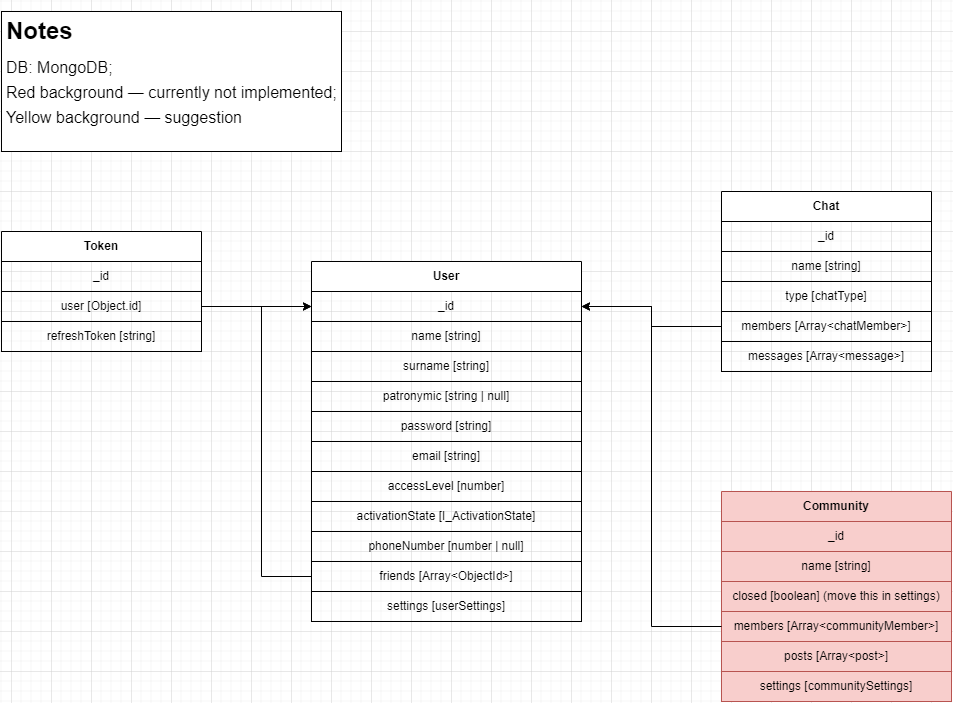
Earlier version of the draw.io export DB_Scheme.png (StepanAnanin/TalkNet). Source tidied: cells renumbered, new cells last; positions are measured from the earlier drawing's top-left corner, leaving out a move shared by most shapes. Source of this version:
```xml
<mxGraphModel background="#FFFFFF">
  <root>
    <mxCell id="0" />
    <mxCell id="1" parent="0" />
    <mxCell id="2" value="Token" style="swimlane;whiteSpace=wrap;html=1;startSize=30;" parent="1" vertex="1">
      <mxGeometry y="220" width="200" height="120" as="geometry" />
    </mxCell>
    <mxCell id="3" value="_id" style="text;html=1;align=center;verticalAlign=middle;whiteSpace=wrap;rounded=0;strokeColor=default;" parent="2" vertex="1">
      <mxGeometry y="30" width="200" height="30" as="geometry" />
    </mxCell>
    <mxCell id="4" value="user [Object.id]" style="text;html=1;align=center;verticalAlign=middle;whiteSpace=wrap;rounded=0;strokeColor=default;" parent="2" vertex="1">
      <mxGeometry y="60" width="200" height="30" as="geometry" />
    </mxCell>
    <mxCell id="5" value="refreshToken [string]" style="text;html=1;align=center;verticalAlign=middle;whiteSpace=wrap;rounded=0;strokeColor=default;" parent="2" vertex="1">
      <mxGeometry y="90" width="200" height="30" as="geometry" />
    </mxCell>
    <mxCell id="6" value="User" style="swimlane;whiteSpace=wrap;html=1;startSize=30;" parent="1" vertex="1">
      <mxGeometry x="310" y="250" width="270" height="360" as="geometry" />
    </mxCell>
    <mxCell id="7" value="_id" style="text;html=1;strokeColor=default;fillColor=none;align=center;verticalAlign=middle;whiteSpace=wrap;rounded=0;" parent="6" vertex="1">
      <mxGeometry y="30" width="270" height="30" as="geometry" />
    </mxCell>
    <mxCell id="8" value="password&amp;nbsp;[string]" style="text;html=1;align=center;verticalAlign=middle;whiteSpace=wrap;rounded=0;strokeColor=default;" parent="6" vertex="1">
      <mxGeometry y="150" width="270" height="30" as="geometry" />
    </mxCell>
    <mxCell id="9" value="accessLevel&amp;nbsp;[number]" style="text;html=1;align=center;verticalAlign=middle;whiteSpace=wrap;rounded=0;strokeColor=default;" parent="6" vertex="1">
      <mxGeometry y="210" width="270" height="30" as="geometry" />
    </mxCell>
    <mxCell id="10" value="activationState [I_ActivationState]" style="text;html=1;align=center;verticalAlign=middle;whiteSpace=wrap;rounded=0;strokeColor=default;" parent="6" vertex="1">
      <mxGeometry y="240" width="270" height="30" as="geometry" />
    </mxCell>
    <mxCell id="11" style="edgeStyle=orthogonalEdgeStyle;rounded=0;jettySize=auto;html=1;entryX=0;entryY=0.5;entryDx=0;entryDy=0;" parent="6" edge="1" source="12" target="7">
      <mxGeometry relative="1" as="geometry">
        <Array as="points">
          <mxPoint x="-50" y="315" />
          <mxPoint x="-50" y="45" />
        </Array>
      </mxGeometry>
    </mxCell>
    <mxCell id="12" value="friends [Array&amp;lt;ObjectId&amp;gt;]" style="text;html=1;align=center;verticalAlign=middle;whiteSpace=wrap;rounded=0;strokeColor=default;" parent="6" vertex="1">
      <mxGeometry y="300" width="270" height="30" as="geometry" />
    </mxCell>
    <mxCell id="13" value="name [string]" style="text;html=1;align=center;verticalAlign=middle;whiteSpace=wrap;rounded=0;strokeColor=default;" parent="6" vertex="1">
      <mxGeometry y="60" width="270" height="30" as="geometry" />
    </mxCell>
    <mxCell id="14" value="email [string]" style="text;html=1;align=center;verticalAlign=middle;whiteSpace=wrap;rounded=0;strokeColor=default;" parent="6" vertex="1">
      <mxGeometry y="180" width="270" height="30" as="geometry" />
    </mxCell>
    <mxCell id="15" value="phoneNumber [number | null]" style="text;html=1;align=center;verticalAlign=middle;whiteSpace=wrap;rounded=0;strokeColor=default;" parent="6" vertex="1">
      <mxGeometry y="270" width="270" height="30" as="geometry" />
    </mxCell>
    <mxCell id="16" value="surname [string]" style="text;html=1;align=center;verticalAlign=middle;whiteSpace=wrap;rounded=0;strokeColor=default;" parent="6" vertex="1">
      <mxGeometry y="90" width="270" height="30" as="geometry" />
    </mxCell>
    <mxCell id="17" value="patronymic [string | null]" style="text;html=1;align=center;verticalAlign=middle;whiteSpace=wrap;rounded=0;strokeColor=default;" parent="6" vertex="1">
      <mxGeometry y="120" width="270" height="30" as="geometry" />
    </mxCell>
    <mxCell id="18" value="settings [userSettings]" style="text;html=1;align=center;verticalAlign=middle;whiteSpace=wrap;rounded=0;strokeColor=default;" parent="6" vertex="1">
      <mxGeometry y="330" width="270" height="30" as="geometry" />
    </mxCell>
    <mxCell id="19" value="Chat" style="swimlane;whiteSpace=wrap;html=1;startSize=30;" parent="1" vertex="1">
      <mxGeometry x="720" y="180" width="210" height="180" as="geometry" />
    </mxCell>
    <mxCell id="20" value="_id" style="text;html=1;align=center;verticalAlign=middle;whiteSpace=wrap;rounded=0;strokeColor=default;" parent="19" vertex="1">
      <mxGeometry y="30" width="210" height="30" as="geometry" />
    </mxCell>
    <mxCell id="21" value="members [Array&amp;lt;chatMember&amp;gt;]" style="text;html=1;align=center;verticalAlign=middle;whiteSpace=wrap;rounded=0;strokeColor=default;" parent="19" vertex="1">
      <mxGeometry y="120" width="210" height="30" as="geometry" />
    </mxCell>
    <mxCell id="22" value="messages [Array&amp;lt;message&amp;gt;]" style="text;html=1;align=center;verticalAlign=middle;whiteSpace=wrap;rounded=0;strokeColor=default;" parent="19" vertex="1">
      <mxGeometry y="150" width="210" height="30" as="geometry" />
    </mxCell>
    <mxCell id="23" value="type [chatType]" style="text;html=1;align=center;verticalAlign=middle;whiteSpace=wrap;rounded=0;strokeColor=default;" parent="19" vertex="1">
      <mxGeometry y="90" width="210" height="30" as="geometry" />
    </mxCell>
    <mxCell id="24" value="name [string]" style="text;html=1;align=center;verticalAlign=middle;whiteSpace=wrap;rounded=0;strokeColor=default;" parent="19" vertex="1">
      <mxGeometry y="60" width="210" height="30" as="geometry" />
    </mxCell>
    <mxCell id="25" style="edgeStyle=orthogonalEdgeStyle;rounded=0;jettySize=auto;html=1;entryX=0;entryY=0.5;entryDx=0;entryDy=0;" parent="1" edge="1" source="4" target="7">
      <mxGeometry relative="1" as="geometry" />
    </mxCell>
    <mxCell id="26" value="Community" style="swimlane;whiteSpace=wrap;html=1;startSize=30;fillColor=#f8cecc;strokeColor=#b85450;" parent="1" vertex="1">
      <mxGeometry x="720" y="480" width="230" height="210" as="geometry" />
    </mxCell>
    <mxCell id="27" value="_id" style="text;html=1;align=center;verticalAlign=middle;whiteSpace=wrap;rounded=0;strokeColor=#b85450;fillColor=#f8cecc;" parent="26" vertex="1">
      <mxGeometry y="30" width="230" height="30" as="geometry" />
    </mxCell>
    <mxCell id="28" value="members [Array&amp;lt;communityMember&amp;gt;]" style="text;html=1;align=center;verticalAlign=middle;whiteSpace=wrap;rounded=0;strokeColor=#b85450;fillColor=#f8cecc;" parent="26" vertex="1">
      <mxGeometry y="120" width="230" height="30" as="geometry" />
    </mxCell>
    <mxCell id="29" value="posts [Array&amp;lt;post&amp;gt;]" style="text;html=1;align=center;verticalAlign=middle;whiteSpace=wrap;rounded=0;strokeColor=#b85450;fillColor=#f8cecc;" parent="26" vertex="1">
      <mxGeometry y="150" width="230" height="30" as="geometry" />
    </mxCell>
    <mxCell id="30" value="closed [boolean] (move this in settings)" style="text;html=1;align=center;verticalAlign=middle;whiteSpace=wrap;rounded=0;strokeColor=#b85450;fillColor=#f8cecc;" parent="26" vertex="1">
      <mxGeometry y="90" width="230" height="30" as="geometry" />
    </mxCell>
    <mxCell id="31" value="name [string]" style="text;html=1;align=center;verticalAlign=middle;whiteSpace=wrap;rounded=0;strokeColor=#b85450;fillColor=#f8cecc;" parent="26" vertex="1">
      <mxGeometry y="60" width="230" height="30" as="geometry" />
    </mxCell>
    <mxCell id="32" value="settings [communitySettings]" style="text;html=1;align=center;verticalAlign=middle;whiteSpace=wrap;rounded=0;fillColor=#f8cecc;strokeColor=#b85450;" parent="26" vertex="1">
      <mxGeometry y="180" width="230" height="30" as="geometry" />
    </mxCell>
    <mxCell id="33" style="edgeStyle=orthogonalEdgeStyle;rounded=0;jettySize=auto;html=1;entryX=1;entryY=0.5;entryDx=0;entryDy=0;" parent="1" edge="1" source="21" target="7">
      <mxGeometry relative="1" as="geometry" />
    </mxCell>
    <mxCell id="34" style="edgeStyle=orthogonalEdgeStyle;rounded=0;jettySize=auto;html=1;entryX=1;entryY=0.5;entryDx=0;entryDy=0;" parent="1" edge="1" source="28" target="7">
      <mxGeometry relative="1" as="geometry" />
    </mxCell>
    <mxCell id="35" style="group;" parent="1" vertex="1">
      <mxGeometry width="340" height="140" as="geometry" />
    </mxCell>
    <mxCell id="36" style="rounded=0;whiteSpace=wrap;html=1;" parent="35" vertex="1">
      <mxGeometry width="340" height="140" as="geometry" />
    </mxCell>
    <mxCell id="37" value="&lt;h1 style=&quot;&quot;&gt;&lt;font style=&quot;font-size: 24px;&quot;&gt;Notes&lt;/font&gt;&lt;/h1&gt;&lt;p style=&quot;line-height: 100%;&quot;&gt;&lt;font style=&quot;font-size: 16px;&quot;&gt;DB: MongoDB;&lt;/font&gt;&lt;/p&gt;&lt;p style=&quot;line-height: 100%;&quot;&gt;&lt;span style=&quot;font-size: 16px;&quot;&gt;Red background — currently not implemented;&lt;/span&gt;&lt;/p&gt;&lt;p style=&quot;line-height: 100%;&quot;&gt;&lt;span style=&quot;font-size: 16px;&quot;&gt;Yellow background — suggestion&lt;/span&gt;&lt;/p&gt;" style="text;html=1;strokeColor=none;fillColor=none;spacing=5;spacingTop=-20;whiteSpace=wrap;overflow=hidden;rounded=0;" parent="35" vertex="1">
      <mxGeometry width="340" height="140" as="geometry" />
    </mxCell>
  </root>
</mxGraphModel>
```
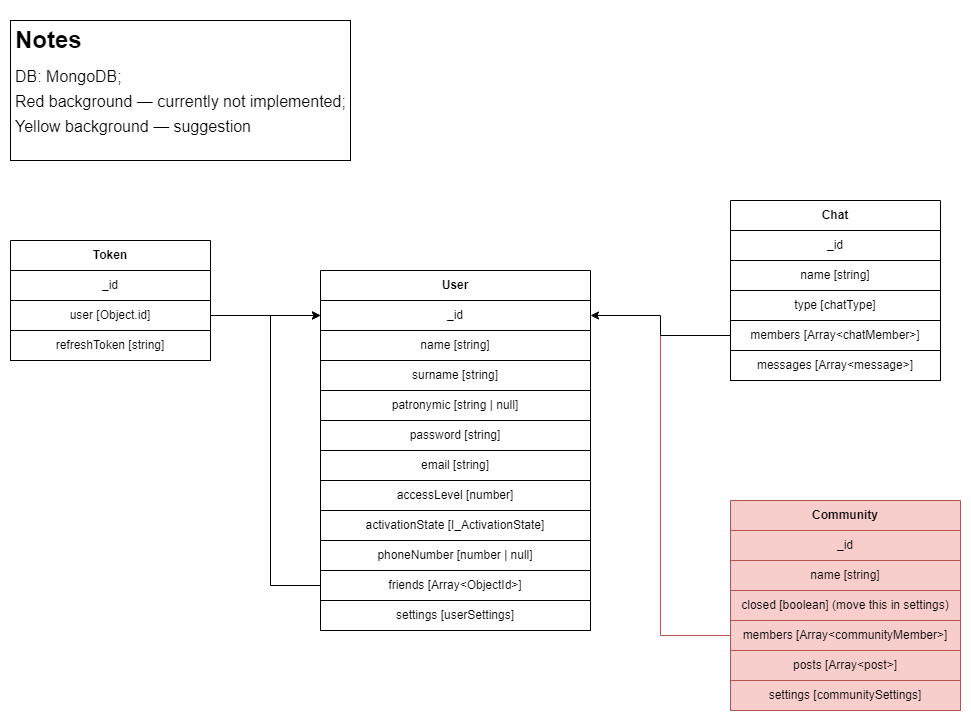
Later version of the same file.

Diff of the diagram source:
```diff
@@ -85,6 +85,11 @@
     <mxCell id="27" value="_id" style="text;html=1;align=center;verticalAlign=middle;whiteSpace=wrap;rounded=0;strokeColor=#b85450;fillColor=#f8cecc;" parent="26" vertex="1">
       <mxGeometry y="30" width="230" height="30" as="geometry" />
     </mxCell>
+    <mxCell id="38" style="edgeStyle=orthogonalEdgeStyle;jettySize=auto;html=1;exitX=0;exitY=0.5;exitDx=0;exitDy=0;strokeColor=#b85450;rounded=0;endArrow=none;endFill=0;fillColor=#f8cecc;" parent="26" edge="1" source="28">
+      <mxGeometry relative="1" as="geometry">
+        <mxPoint x="-70" y="-170" as="targetPoint" />
+      </mxGeometry>
+    </mxCell>
     <mxCell id="28" value="members [Array&amp;lt;communityMember&amp;gt;]" style="text;html=1;align=center;verticalAlign=middle;whiteSpace=wrap;rounded=0;strokeColor=#b85450;fillColor=#f8cecc;" parent="26" vertex="1">
       <mxGeometry y="120" width="230" height="30" as="geometry" />
     </mxCell>
@@ -103,9 +108,6 @@
     <mxCell id="33" style="edgeStyle=orthogonalEdgeStyle;rounded=0;jettySize=auto;html=1;entryX=1;entryY=0.5;entryDx=0;entryDy=0;" parent="1" edge="1" source="21" target="7">
       <mxGeometry relative="1" as="geometry" />
     </mxCell>
-    <mxCell id="34" style="edgeStyle=orthogonalEdgeStyle;rounded=0;jettySize=auto;html=1;entryX=1;entryY=0.5;entryDx=0;entryDy=0;" parent="1" edge="1" source="28" target="7">
-      <mxGeometry relative="1" as="geometry" />
-    </mxCell>
     <mxCell id="35" style="group;" parent="1" vertex="1">
       <mxGeometry width="340" height="140" as="geometry" />
     </mxCell>
```
